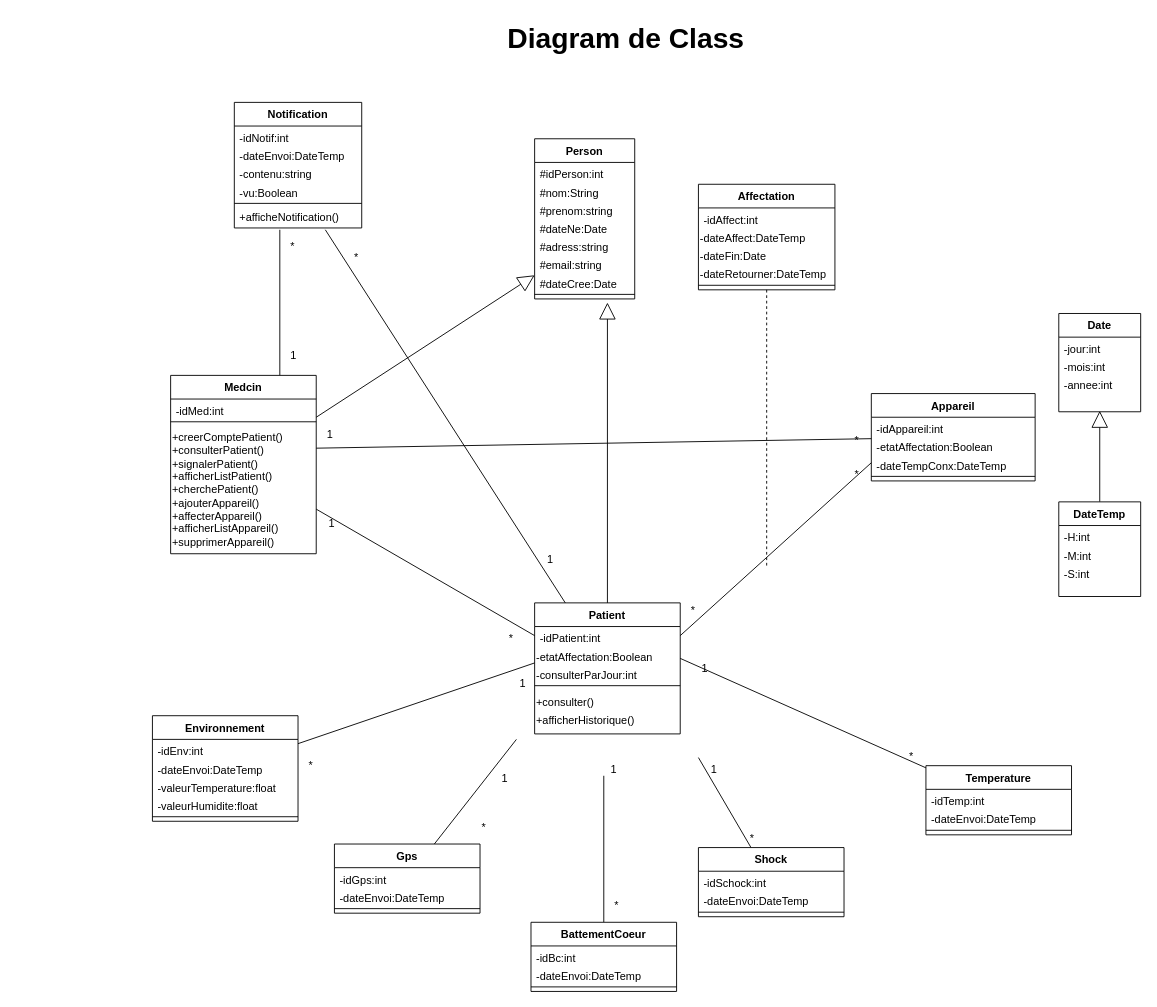
AliAkram7/Univ-MLT-v01 keeps this draw.io diagram as Untitled Diagram.drawio. Above is the earlier version. Source tidied: cells renumbered, new cells numbered last; positions are measured from the earlier drawing's top-left corner, leaving out a move shared by most shapes. Both pictures are drawn from the tidied source at 91%, with x=0, y=0 at pixel (15, 15).
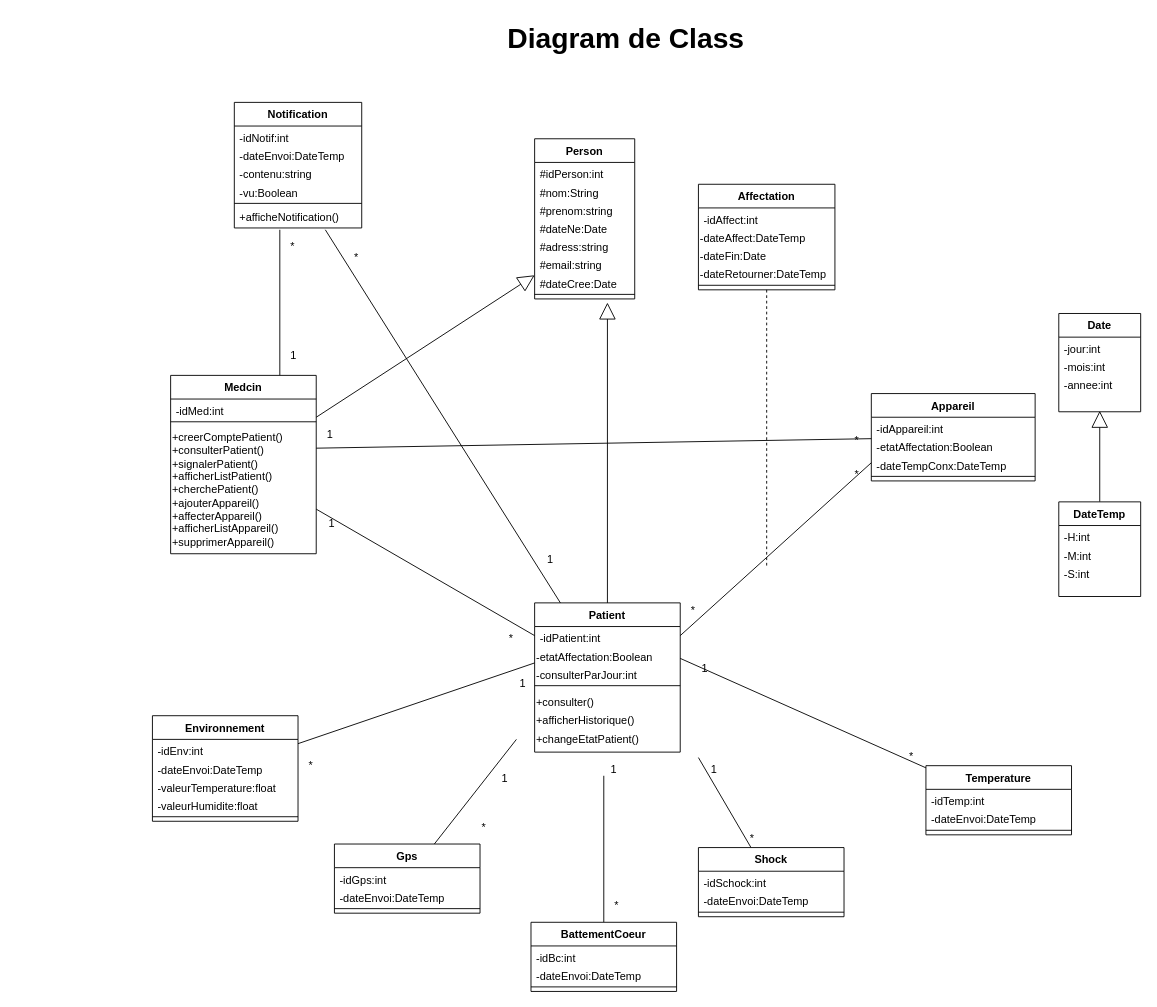
The same page after the edit.

The edit, as a diff of the source:
```diff
@@
     <mxCell id="19" value="Patient" style="swimlane;fontStyle=1;align=center;verticalAlign=top;horizontal=1;startSize=26;" parent="1" vertex="1">
-      <mxGeometry x="570" y="645" width="160" height="144" as="geometry" />
+      <mxGeometry x="570" y="645" width="160" height="164" as="geometry" />
     </mxCell>
@@
     <mxCell id="25" value="+afficherHistorique()" style="text;whiteSpace=wrap;html=1;fontSize=12;fontColor=default;" parent="19" vertex="1">
-      <mxGeometry y="116" width="160" height="28" as="geometry" />
+      <mxGeometry y="116" width="160" height="20" as="geometry" />
     </mxCell>
+    <mxCell id="105" value="+changeEtatPatient()" style="text;strokeColor=none;align=left;fillColor=none;html=1;verticalAlign=top;whiteSpace=wrap;rounded=0;" parent="19" vertex="1">
+      <mxGeometry y="136" width="160" height="28" as="geometry" />
+    </mxCell>
```
